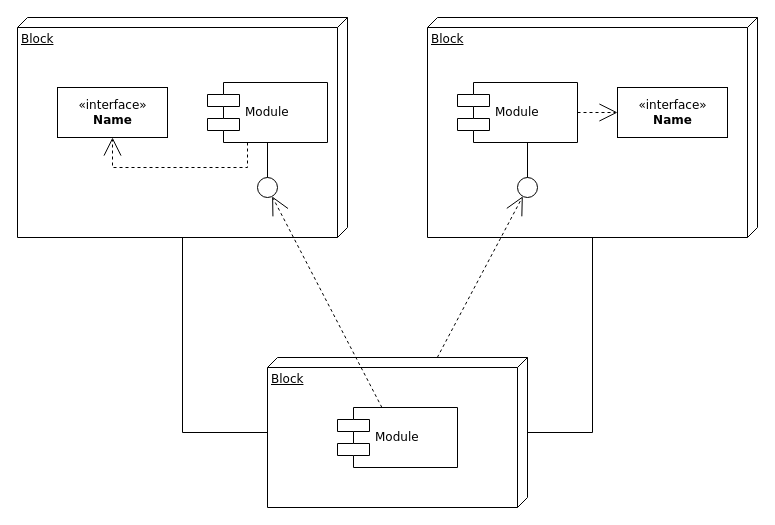
Before: Whole System Component Diagram.drawio in llooll20/testforgit, a draw.io diagram. Source tidied: cells renumbered, new cells numbered last; positions are measured from the earlier drawing's top-left corner, leaving out a move shared by most shapes. Both pictures are drawn from the tidied source at 100%, with x=0, y=0 at pixel (17, 17).
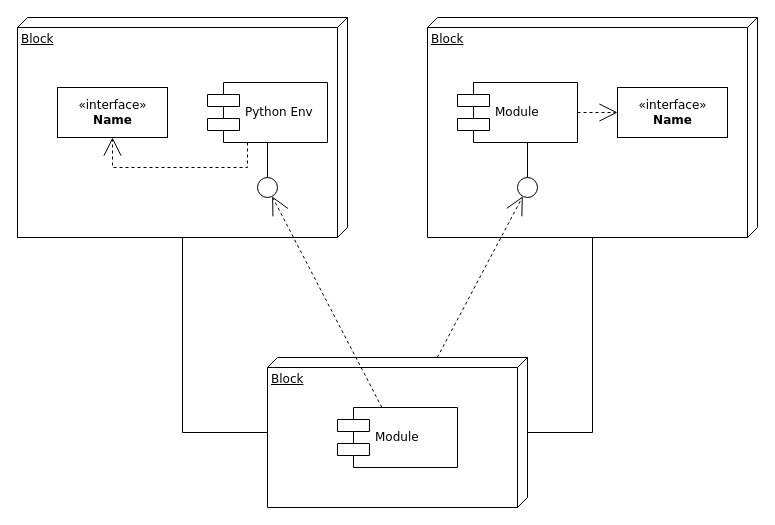
Above is the later version.

The edit, as a diff of the source:
```diff
@@
-    <mxCell id="6" value="Module" style="shape=component;align=left;spacingLeft=36;rounded=0;shadow=0;comic=0;labelBackgroundColor=none;strokeWidth=1;fontFamily=Verdana;fontSize=12;html=1;" parent="1" vertex="1">
+    <mxCell id="6" value="Python Env" style="shape=component;align=left;spacingLeft=36;rounded=0;shadow=0;comic=0;labelBackgroundColor=none;strokeWidth=1;fontFamily=Verdana;fontSize=12;html=1;" parent="1" vertex="1">
       <mxGeometry x="190" y="65" width="120" height="60" as="geometry" />
     </mxCell>
```
